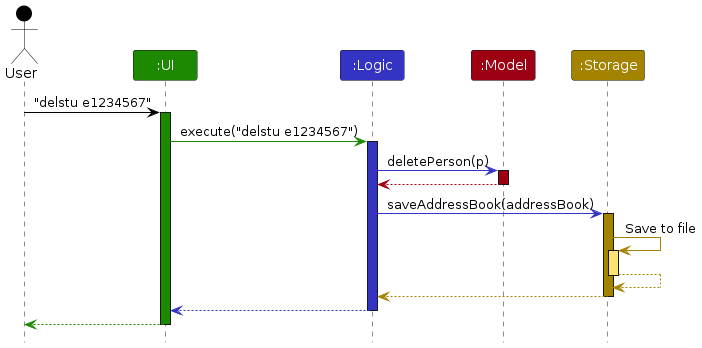
The PlantUML diagram diagrams/ArchitectureSequenceDiagram.png in belligerentbeagle/tp, before a commit. Its source is kept beside it as diagrams/ArchitectureSequenceDiagram.puml. The source it was exported from:
```plantuml
@startuml
!include style.puml
skinparam ArrowFontStyle plain

Actor User as user USER_COLOR
Participant ":UI" as ui UI_COLOR
Participant ":Logic" as logic LOGIC_COLOR
Participant ":Model" as model MODEL_COLOR
Participant ":Storage" as storage STORAGE_COLOR

user -[USER_COLOR]> ui : "delstu e1234567"
activate ui UI_COLOR

ui -[UI_COLOR]> logic : execute("delstu e1234567")
activate logic LOGIC_COLOR

logic -[LOGIC_COLOR]> model : deletePerson(p)
activate model MODEL_COLOR

model -[MODEL_COLOR]-> logic
deactivate model

logic -[LOGIC_COLOR]> storage : saveAddressBook(addressBook)
activate storage STORAGE_COLOR

storage -[STORAGE_COLOR]> storage : Save to file
activate storage STORAGE_COLOR_T1
storage --[STORAGE_COLOR]> storage
deactivate storage

storage --[STORAGE_COLOR]> logic
deactivate storage

logic --[LOGIC_COLOR]> ui
deactivate logic

ui--[UI_COLOR]> user
deactivate ui
@enduml
```
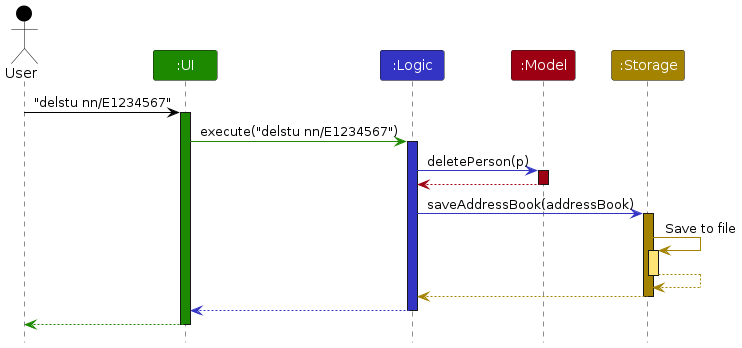
The same file after the commit.

Change to the diagram source:
```diff
@@ -8,10 +8,10 @@
 Participant ":Model" as model MODEL_COLOR
 Participant ":Storage" as storage STORAGE_COLOR
 
-user -[USER_COLOR]> ui : "delstu e1234567"
+user -[USER_COLOR]> ui : "delstu nn/E1234567"
 activate ui UI_COLOR
 
-ui -[UI_COLOR]> logic : execute("delstu e1234567")
+ui -[UI_COLOR]> logic : execute("delstu nn/E1234567")
 activate logic LOGIC_COLOR
 
 logic -[LOGIC_COLOR]> model : deletePerson(p)
```
